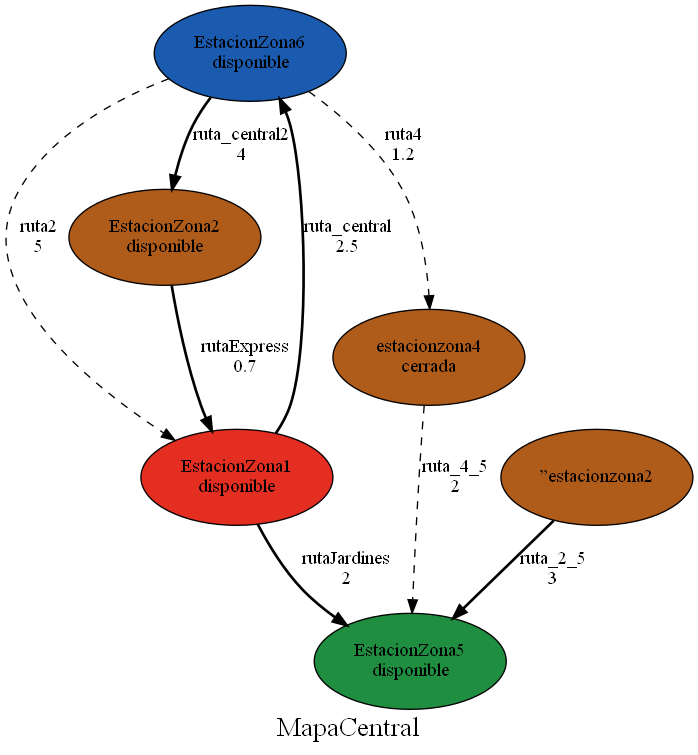
Earlier version of the Graphviz export Images/Mapa.gv.png (AdrianMolina2000/-LF-Proyecto1). Its source is kept beside it as Images/Mapa.gv.
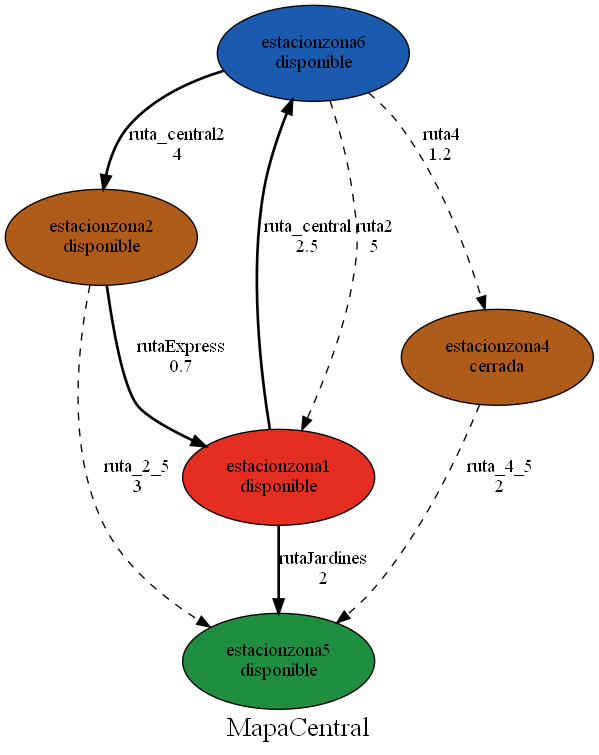
After the change.

What changed in the source:
```diff
@@ -1,15 +1,15 @@
 digraph Mapa {
 	node [color=black fillcolor="#1A5AAF" fixedsize=true height=1 shape=oval style=filled width=2]
-	estacionzona6 [label="EstacionZona6
+	estacionzona6 [label="estacionzona6
 disponible"]
 	node [color=black fillcolor="#AF5B1A" fixedsize=true height=1 shape=oval style=filled width=2]
-	estacionzona2 [label="EstacionZona2
+	estacionzona2 [label="estacionzona2
 disponible"]
 	node [color=black fillcolor="#E52E22" fixedsize=true height=1 shape=oval style=filled width=2]
-	estacionzona1 [label="EstacionZona1
+	estacionzona1 [label="estacionzona1
 disponible"]
 	node [color=black fillcolor="#208E40" fixedsize=true height=1 shape=oval style=filled width=2]
-	estacionzona5 [label="EstacionZona5
+	estacionzona5 [label="estacionzona5
 disponible"]
 	node [color=black fillcolor="#AF5B1A" fixedsize=true height=1 shape=oval style=filled width=2]
 	estacionzona4 [label="estacionzona4
@@ -28,8 +28,8 @@
 1.2" style=dashed]
 	estacionzona4 -> estacionzona5 [label="ruta_4_5
 2" style=dashed]
-	"”estacionzona2" -> estacionzona5 [label="ruta_2_5
-3" style=bold]
+	estacionzona2 -> estacionzona5 [label="ruta_2_5
+3" style=dashed]
 	overlap=false
 	label=MapaCentral
 	fontsize=20
```
